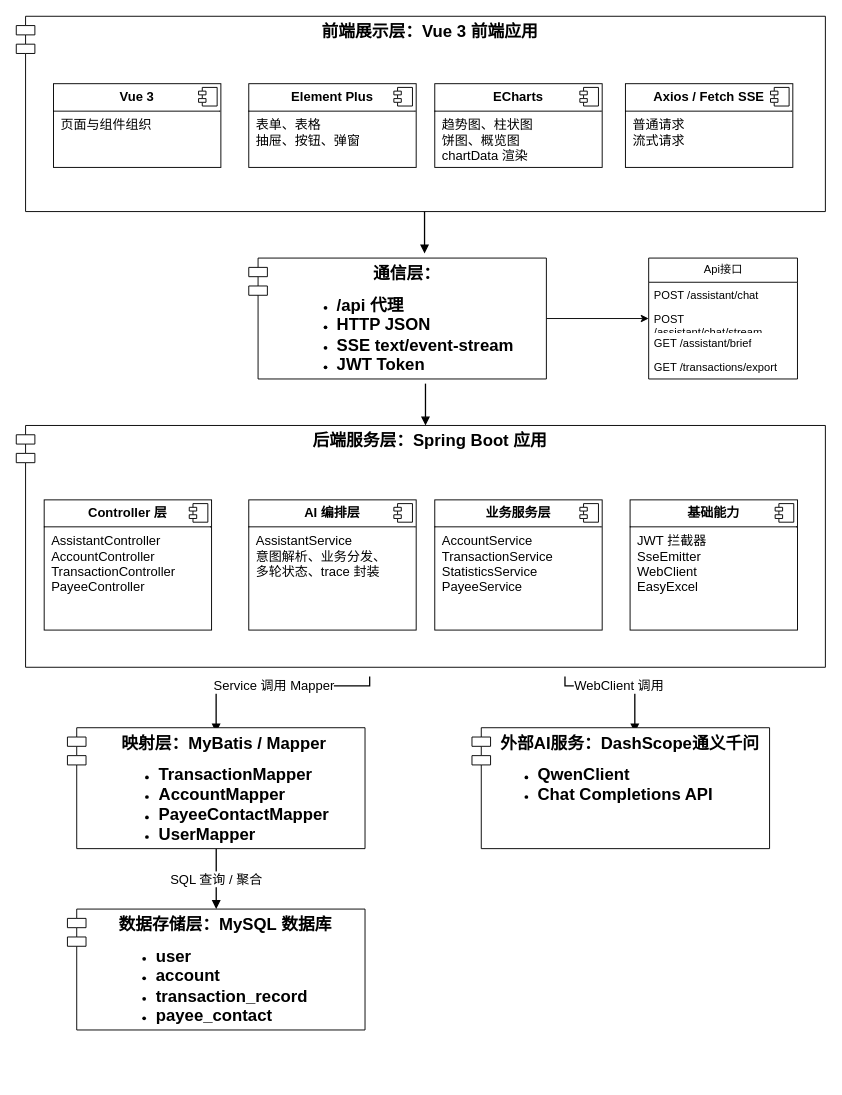
DuQnng/BankCopilot keeps this draw.io diagram as XDUBachelorLatex/image/fig-tech-stack.drawio. Above is the earlier version. Source tidied: cells renumbered, new cells numbered last; positions are measured from the earlier drawing's top-left corner, leaving out a move shared by most shapes. Both pictures are drawn from the tidied source at 93%, with x=0, y=0 at pixel (16, 16).
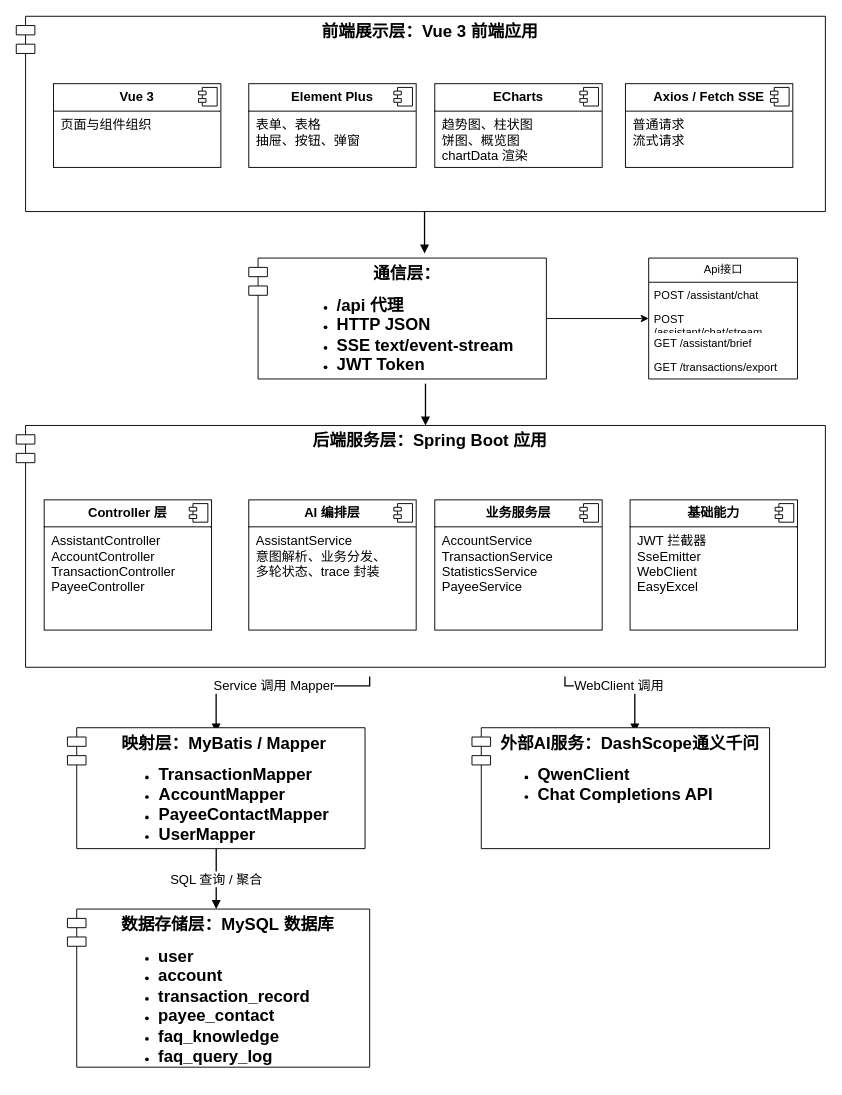
The same page after the edit.

Diff of the diagram source:
```diff
@@
-    <mxCell id="33" value="&lt;div style=&quot;text-align: left;&quot;&gt;&lt;b style=&quot;font-family: &amp;quot;Songti SC&amp;quot;;&quot;&gt;&lt;font style=&quot;font-size: 18px;&quot;&gt;数据存储层：MySQL&amp;nbsp;数据库&lt;/font&gt;&lt;/b&gt;&lt;/div&gt;&lt;div style=&quot;text-align: left;&quot;&gt;&lt;ul&gt;&lt;li&gt;&lt;font face=&quot;Songti SC&quot;&gt;&lt;span style=&quot;font-size: 18px;&quot;&gt;&lt;b&gt;user&lt;/b&gt;&lt;/span&gt;&lt;/font&gt;&lt;/li&gt;&lt;li&gt;&lt;font face=&quot;Songti SC&quot;&gt;&lt;span style=&quot;font-size: 18px;&quot;&gt;&lt;b&gt;account&lt;/b&gt;&lt;/span&gt;&lt;/font&gt;&lt;/li&gt;&lt;li&gt;&lt;font face=&quot;Songti SC&quot;&gt;&lt;span style=&quot;font-size: 18px;&quot;&gt;&lt;b&gt;transaction_record&lt;/b&gt;&lt;/span&gt;&lt;/font&gt;&lt;/li&gt;&lt;li&gt;&lt;font face=&quot;Songti SC&quot;&gt;&lt;span style=&quot;font-size: 18px;&quot;&gt;&lt;b&gt;payee_contact&lt;/b&gt;&lt;/span&gt;&lt;/font&gt;&lt;/li&gt;&lt;/ul&gt;&lt;/div&gt;&lt;div&gt;&lt;div style=&quot;text-align: left;&quot;&gt;&lt;br&gt;&lt;/div&gt;&lt;/div&gt;" style="shape=module;align=left;spacingLeft=20;align=center;verticalAlign=top;whiteSpace=wrap;html=1;fontFamily='Times New Roman','Songti SC';" parent="1" vertex="1">
-      <mxGeometry x="55" y="960" width="320" height="130" as="geometry" />
+    <mxCell id="33" value="&lt;div style=&quot;text-align: left;&quot;&gt;&lt;b style=&quot;font-family: &amp;quot;Songti SC&amp;quot;;&quot;&gt;&lt;font style=&quot;font-size: 18px;&quot;&gt;数据存储层：MySQL&amp;nbsp;数据库&lt;/font&gt;&lt;/b&gt;&lt;/div&gt;&lt;div style=&quot;text-align: left;&quot;&gt;&lt;ul&gt;&lt;li&gt;&lt;font face=&quot;Songti SC&quot;&gt;&lt;span style=&quot;font-size: 18px;&quot;&gt;&lt;b&gt;user&lt;/b&gt;&lt;/span&gt;&lt;/font&gt;&lt;/li&gt;&lt;li&gt;&lt;font face=&quot;Songti SC&quot;&gt;&lt;span style=&quot;font-size: 18px;&quot;&gt;&lt;b&gt;account&lt;/b&gt;&lt;/span&gt;&lt;/font&gt;&lt;/li&gt;&lt;li&gt;&lt;font face=&quot;Songti SC&quot;&gt;&lt;span style=&quot;font-size: 18px;&quot;&gt;&lt;b&gt;transaction_record&lt;/b&gt;&lt;/span&gt;&lt;/font&gt;&lt;/li&gt;&lt;li&gt;&lt;font face=&quot;Songti SC&quot;&gt;&lt;span style=&quot;font-size: 18px;&quot;&gt;&lt;b&gt;payee_contact&lt;/b&gt;&lt;/span&gt;&lt;/font&gt;&lt;/li&gt;&lt;li&gt;&lt;font face=&quot;Songti SC&quot;&gt;&lt;span style=&quot;font-size: 18px;&quot;&gt;&lt;b&gt;faq_knowledge&lt;/b&gt;&lt;/span&gt;&lt;/font&gt;&lt;/li&gt;&lt;li&gt;&lt;font face=&quot;Songti SC&quot;&gt;&lt;span style=&quot;font-size: 18px;&quot;&gt;&lt;b&gt;faq_query_log&lt;/b&gt;&lt;/span&gt;&lt;/font&gt;&lt;/li&gt;&lt;/ul&gt;&lt;/div&gt;" style="shape=module;align=left;spacingLeft=20;align=center;verticalAlign=top;whiteSpace=wrap;html=1;fontFamily='Times New Roman','Songti SC';" parent="1" vertex="1">
+      <mxGeometry x="55" y="960" width="325" height="170" as="geometry" />
     </mxCell>
```
